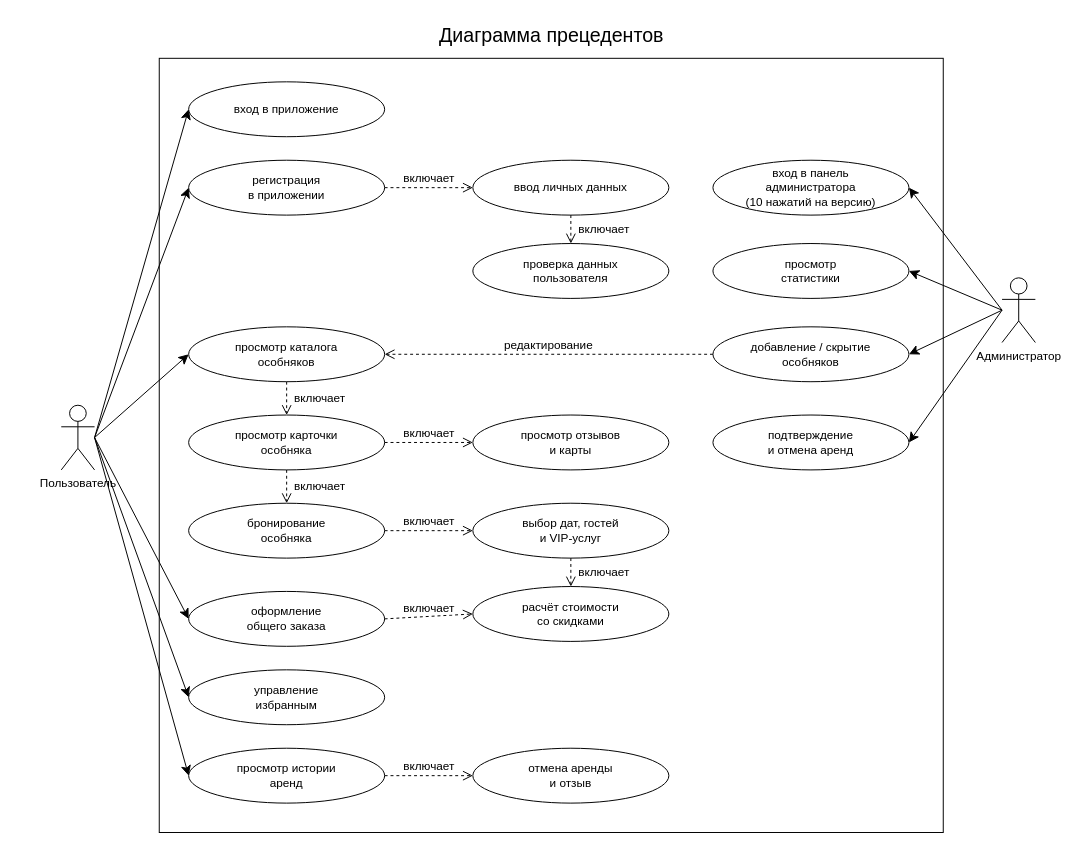
masterRaizer/WardClick keeps this draw.io diagram as docs/Диаграмма_прецедентов.drawio. Above is the earlier version. Source tidied: cells renumbered, new cells numbered last; positions are measured from the earlier drawing's top-left corner, leaving out a move shared by most shapes. Both pictures are drawn from the tidied source at 98%, with x=0, y=0 at pixel (61, 17).
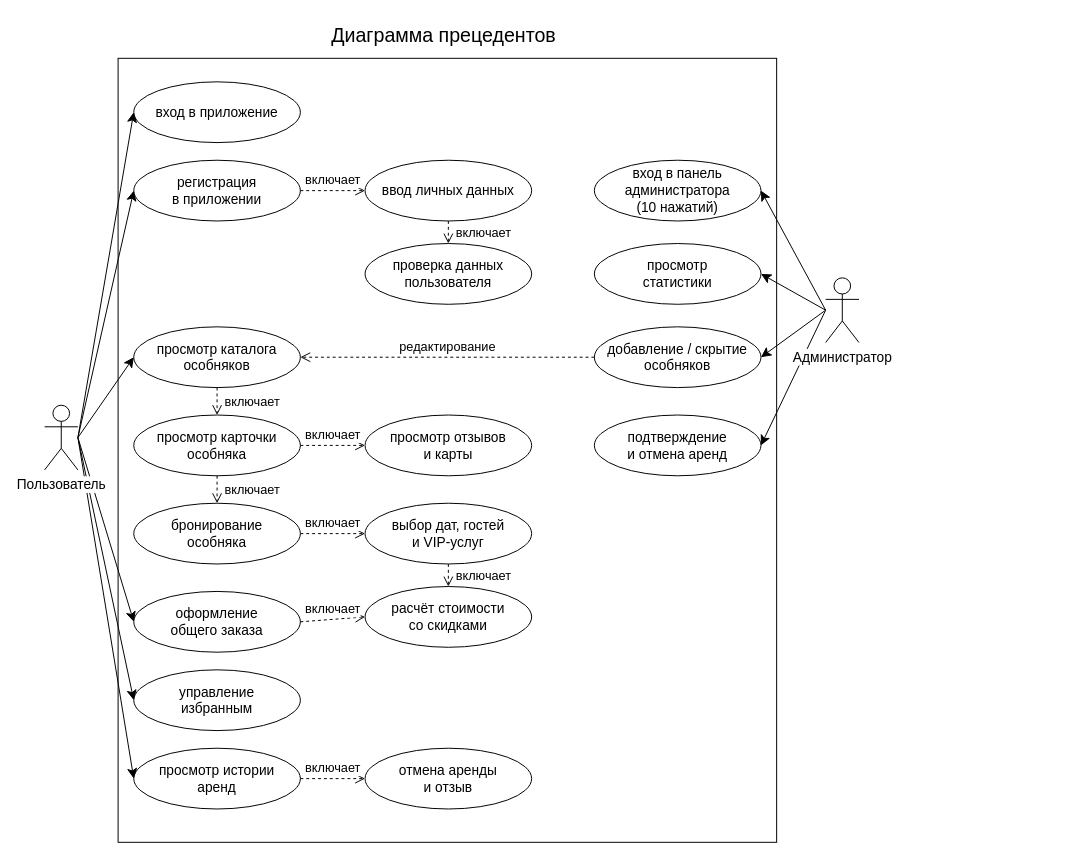
The same diagram, later.

What changed in the source:
```diff
@@
     <mxCell id="2" value="Диаграмма прецедентов" style="text;html=1;align=center;verticalAlign=middle;fontFamily=Helvetica;fontSize=20;" parent="1" vertex="1">
-      <mxGeometry x="250" width="500" height="36" as="geometry" />
+      <mxGeometry x="140" width="500" height="36" as="geometry" />
     </mxCell>
     <mxCell id="3" style="rounded=0;whiteSpace=wrap;html=1;fillColor=none;strokeColor=#000000;" parent="1" vertex="1">
-      <mxGeometry x="100" y="42" width="800" height="790" as="geometry" />
+      <mxGeometry x="58" y="42" width="672" height="800" as="geometry" />
     </mxCell>
-    <mxCell id="4" value="вход в приложение" style="ellipse;whiteSpace=wrap;html=1;fillColor=#ffffff;strokeColor=#000000;fontFamily=Helvetica;fontSize=12;" parent="1" vertex="1">
-      <mxGeometry x="130" y="66" width="200" height="56" as="geometry" />
+    <mxCell id="4" value="вход в приложение" style="ellipse;whiteSpace=wrap;html=1;fillColor=#ffffff;strokeColor=#000000;fontFamily=Helvetica;fontSize=14;" parent="1" vertex="1">
+      <mxGeometry x="74" y="66" width="170" height="62" as="geometry" />
     </mxCell>
-    <mxCell id="5" value="регистрация&lt;br&gt;в приложении" style="ellipse;whiteSpace=wrap;html=1;fillColor=#ffffff;strokeColor=#000000;fontFamily=Helvetica;fontSize=12;" parent="1" vertex="1">
-      <mxGeometry x="130" y="146" width="200" height="56" as="geometry" />
+    <mxCell id="5" value="регистрация&lt;br&gt;в приложении" style="ellipse;whiteSpace=wrap;html=1;fillColor=#ffffff;strokeColor=#000000;fontFamily=Helvetica;fontSize=14;" parent="1" vertex="1">
+      <mxGeometry x="74" y="146" width="170" height="62" as="geometry" />
     </mxCell>
-    <mxCell id="6" value="ввод личных данных" style="ellipse;whiteSpace=wrap;html=1;fillColor=#ffffff;strokeColor=#000000;fontFamily=Helvetica;fontSize=12;" parent="1" vertex="1">
-      <mxGeometry x="420" y="146" width="200" height="56" as="geometry" />
+    <mxCell id="6" value="ввод личных данных" style="ellipse;whiteSpace=wrap;html=1;fillColor=#ffffff;strokeColor=#000000;fontFamily=Helvetica;fontSize=14;" parent="1" vertex="1">
+      <mxGeometry x="310" y="146" width="170" height="62" as="geometry" />
     </mxCell>
-    <mxCell id="7" value="проверка данных&lt;br&gt;пользователя" style="ellipse;whiteSpace=wrap;html=1;fillColor=#ffffff;strokeColor=#000000;fontFamily=Helvetica;fontSize=12;" parent="1" vertex="1">
-      <mxGeometry x="420" y="231" width="200" height="56" as="geometry" />
+    <mxCell id="7" value="проверка данных&lt;br&gt;пользователя" style="ellipse;whiteSpace=wrap;html=1;fillColor=#ffffff;strokeColor=#000000;fontFamily=Helvetica;fontSize=14;" parent="1" vertex="1">
+      <mxGeometry x="310" y="231" width="170" height="62" as="geometry" />
     </mxCell>
-    <mxCell id="8" value="просмотр каталога&lt;br&gt;особняков" style="ellipse;whiteSpace=wrap;html=1;fillColor=#ffffff;strokeColor=#000000;fontFamily=Helvetica;fontSize=12;" parent="1" vertex="1">
-      <mxGeometry x="130" y="316" width="200" height="56" as="geometry" />
+    <mxCell id="8" value="просмотр каталога&lt;br&gt;особняков" style="ellipse;whiteSpace=wrap;html=1;fillColor=#ffffff;strokeColor=#000000;fontFamily=Helvetica;fontSize=14;" parent="1" vertex="1">
+      <mxGeometry x="74" y="316" width="170" height="62" as="geometry" />
     </mxCell>
-    <mxCell id="9" value="просмотр карточки&lt;br&gt;особняка" style="ellipse;whiteSpace=wrap;html=1;fillColor=#ffffff;strokeColor=#000000;fontFamily=Helvetica;fontSize=12;" parent="1" vertex="1">
-      <mxGeometry x="130" y="406" width="200" height="56" as="geometry" />
+    <mxCell id="9" value="просмотр карточки&lt;br&gt;особняка" style="ellipse;whiteSpace=wrap;html=1;fillColor=#ffffff;strokeColor=#000000;fontFamily=Helvetica;fontSize=14;" parent="1" vertex="1">
+      <mxGeometry x="74" y="406" width="170" height="62" as="geometry" />
     </mxCell>
-    <mxCell id="10" value="просмотр отзывов&lt;br&gt;и карты" style="ellipse;whiteSpace=wrap;html=1;fillColor=#ffffff;strokeColor=#000000;fontFamily=Helvetica;fontSize=12;" parent="1" vertex="1">
-      <mxGeometry x="420" y="406" width="200" height="56" as="geometry" />
+    <mxCell id="10" value="просмотр отзывов&lt;br&gt;и карты" style="ellipse;whiteSpace=wrap;html=1;fillColor=#ffffff;strokeColor=#000000;fontFamily=Helvetica;fontSize=14;" parent="1" vertex="1">
+      <mxGeometry x="310" y="406" width="170" height="62" as="geometry" />
     </mxCell>
-    <mxCell id="11" value="бронирование&lt;br&gt;особняка" style="ellipse;whiteSpace=wrap;html=1;fillColor=#ffffff;strokeColor=#000000;fontFamily=Helvetica;fontSize=12;" parent="1" vertex="1">
-      <mxGeometry x="130" y="496" width="200" height="56" as="geometry" />
+    <mxCell id="11" value="бронирование&lt;br&gt;особняка" style="ellipse;whiteSpace=wrap;html=1;fillColor=#ffffff;strokeColor=#000000;fontFamily=Helvetica;fontSize=14;" parent="1" vertex="1">
+      <mxGeometry x="74" y="496" width="170" height="62" as="geometry" />
     </mxCell>
-    <mxCell id="12" value="выбор дат, гостей&lt;br&gt;и VIP-услуг" style="ellipse;whiteSpace=wrap;html=1;fillColor=#ffffff;strokeColor=#000000;fontFamily=Helvetica;fontSize=12;" parent="1" vertex="1">
-      <mxGeometry x="420" y="496" width="200" height="56" as="geometry" />
+    <mxCell id="12" value="выбор дат, гостей&lt;br&gt;и VIP-услуг" style="ellipse;whiteSpace=wrap;html=1;fillColor=#ffffff;strokeColor=#000000;fontFamily=Helvetica;fontSize=14;" parent="1" vertex="1">
+      <mxGeometry x="310" y="496" width="170" height="62" as="geometry" />
     </mxCell>
-    <mxCell id="13" value="расчёт стоимости&lt;br&gt;со скидками" style="ellipse;whiteSpace=wrap;html=1;fillColor=#ffffff;strokeColor=#000000;fontFamily=Helvetica;fontSize=12;" parent="1" vertex="1">
-      <mxGeometry x="420" y="581" width="200" height="56" as="geometry" />
+    <mxCell id="13" value="расчёт стоимости&lt;br&gt;со скидками" style="ellipse;whiteSpace=wrap;html=1;fillColor=#ffffff;strokeColor=#000000;fontFamily=Helvetica;fontSize=14;" parent="1" vertex="1">
+      <mxGeometry x="310" y="581" width="170" height="62" as="geometry" />
     </mxCell>
-    <mxCell id="14" value="оформление&lt;br&gt;общего заказа" style="ellipse;whiteSpace=wrap;html=1;fillColor=#ffffff;strokeColor=#000000;fontFamily=Helvetica;fontSize=12;" parent="1" vertex="1">
-      <mxGeometry x="130" y="586" width="200" height="56" as="geometry" />
+    <mxCell id="14" value="оформление&lt;br&gt;общего заказа" style="ellipse;whiteSpace=wrap;html=1;fillColor=#ffffff;strokeColor=#000000;fontFamily=Helvetica;fontSize=14;" parent="1" vertex="1">
+      <mxGeometry x="74" y="586" width="170" height="62" as="geometry" />
     </mxCell>
-    <mxCell id="15" value="управление&lt;br&gt;избранным" style="ellipse;whiteSpace=wrap;html=1;fillColor=#ffffff;strokeColor=#000000;fontFamily=Helvetica;fontSize=12;" parent="1" vertex="1">
-      <mxGeometry x="130" y="666" width="200" height="56" as="geometry" />
+    <mxCell id="15" value="управление&lt;br&gt;избранным" style="ellipse;whiteSpace=wrap;html=1;fillColor=#ffffff;strokeColor=#000000;fontFamily=Helvetica;fontSize=14;" parent="1" vertex="1">
+      <mxGeometry x="74" y="666" width="170" height="62" as="geometry" />
     </mxCell>
-    <mxCell id="16" value="просмотр истории&lt;br&gt;аренд" style="ellipse;whiteSpace=wrap;html=1;fillColor=#ffffff;strokeColor=#000000;fontFamily=Helvetica;fontSize=12;" parent="1" vertex="1">
-      <mxGeometry x="130" y="746" width="200" height="56" as="geometry" />
+    <mxCell id="16" value="просмотр истории&lt;br&gt;аренд" style="ellipse;whiteSpace=wrap;html=1;fillColor=#ffffff;strokeColor=#000000;fontFamily=Helvetica;fontSize=14;" parent="1" vertex="1">
+      <mxGeometry x="74" y="746" width="170" height="62" as="geometry" />
     </mxCell>
-    <mxCell id="17" value="отмена аренды&lt;br&gt;и отзыв" style="ellipse;whiteSpace=wrap;html=1;fillColor=#ffffff;strokeColor=#000000;fontFamily=Helvetica;fontSize=12;" parent="1" vertex="1">
-      <mxGeometry x="420" y="746" width="200" height="56" as="geometry" />
+    <mxCell id="17" value="отмена аренды&lt;br&gt;и отзыв" style="ellipse;whiteSpace=wrap;html=1;fillColor=#ffffff;strokeColor=#000000;fontFamily=Helvetica;fontSize=14;" parent="1" vertex="1">
+      <mxGeometry x="310" y="746" width="170" height="62" as="geometry" />
     </mxCell>
-    <mxCell id="18" value="вход в панель&lt;br&gt;администратора&lt;br&gt;(10 нажатий на версию)" style="ellipse;whiteSpace=wrap;html=1;fillColor=#ffffff;strokeColor=#000000;fontFamily=Helvetica;fontSize=12;" parent="1" vertex="1">
-      <mxGeometry x="665" y="146" width="200" height="56" as="geometry" />
+    <mxCell id="18" value="вход в панель&lt;br&gt;администратора&lt;br&gt;(10 нажатий)" style="ellipse;whiteSpace=wrap;html=1;fillColor=#ffffff;strokeColor=#000000;fontFamily=Helvetica;fontSize=14;" parent="1" vertex="1">
+      <mxGeometry x="544" y="146" width="170" height="62" as="geometry" />
     </mxCell>
-    <mxCell id="19" value="просмотр&lt;br&gt;статистики" style="ellipse;whiteSpace=wrap;html=1;fillColor=#ffffff;strokeColor=#000000;fontFamily=Helvetica;fontSize=12;" parent="1" vertex="1">
-      <mxGeometry x="665" y="231" width="200" height="56" as="geometry" />
+    <mxCell id="19" value="просмотр&lt;br&gt;статистики" style="ellipse;whiteSpace=wrap;html=1;fillColor=#ffffff;strokeColor=#000000;fontFamily=Helvetica;fontSize=14;" parent="1" vertex="1">
+      <mxGeometry x="544" y="231" width="170" height="62" as="geometry" />
     </mxCell>
-    <mxCell id="20" value="добавление / скрытие&lt;br&gt;особняков" style="ellipse;whiteSpace=wrap;html=1;fillColor=#ffffff;strokeColor=#000000;fontFamily=Helvetica;fontSize=12;" parent="1" vertex="1">
-      <mxGeometry x="665" y="316" width="200" height="56" as="geometry" />
+    <mxCell id="20" value="добавление / скрытие&lt;br&gt;особняков" style="ellipse;whiteSpace=wrap;html=1;fillColor=#ffffff;strokeColor=#000000;fontFamily=Helvetica;fontSize=14;" parent="1" vertex="1">
+      <mxGeometry x="544" y="316" width="170" height="62" as="geometry" />
     </mxCell>
-    <mxCell id="21" value="подтверждение&lt;br&gt;и отмена аренд" style="ellipse;whiteSpace=wrap;html=1;fillColor=#ffffff;strokeColor=#000000;fontFamily=Helvetica;fontSize=12;" parent="1" vertex="1">
-      <mxGeometry x="665" y="406" width="200" height="56" as="geometry" />
+    <mxCell id="21" value="подтверждение&lt;br&gt;и отмена аренд" style="ellipse;whiteSpace=wrap;html=1;fillColor=#ffffff;strokeColor=#000000;fontFamily=Helvetica;fontSize=14;" parent="1" vertex="1">
+      <mxGeometry x="544" y="406" width="170" height="62" as="geometry" />
     </mxCell>
-    <mxCell id="22" value="Пользователь" style="shape=umlActor;verticalLabelPosition=bottom;verticalAlign=top;html=1;outlineConnect=0;fontFamily=Helvetica;fontSize=12;" parent="1" vertex="1">
-      <mxGeometry y="396" width="34" height="66" as="geometry" />
-    </mxCell>
-    <mxCell id="23" value="Администратор" style="shape=umlActor;verticalLabelPosition=bottom;verticalAlign=top;html=1;outlineConnect=0;fontFamily=Helvetica;fontSize=12;" parent="1" vertex="1">
-      <mxGeometry x="960" y="266" width="34" height="66" as="geometry" />
-    </mxCell>
-    <mxCell id="24" style="html=1;endArrow=classic;endSize=8;strokeColor=#000000;fontFamily=Helvetica;fontSize=12;exitX=1;exitY=0.5;exitDx=0;exitDy=0;entryX=0;entryY=0.5;entryDx=0;entryDy=0;" parent="1" edge="1" source="22" target="4">
+    <mxCell id="24" style="html=1;endArrow=classic;endSize=8;strokeColor=#000000;fontFamily=Helvetica;fontSize=14;exitX=1;exitY=0.5;exitDx=0;exitDy=0;entryX=0;entryY=0.5;entryDx=0;entryDy=0;" parent="1" edge="1" source="22" target="4">
       <mxGeometry relative="1" as="geometry" />
     </mxCell>
-    <mxCell id="25" style="html=1;endArrow=classic;endSize=8;strokeColor=#000000;fontFamily=Helvetica;fontSize=12;exitX=1;exitY=0.5;exitDx=0;exitDy=0;entryX=0;entryY=0.5;entryDx=0;entryDy=0;" parent="1" edge="1" source="22" target="5">
+    <mxCell id="25" style="html=1;endArrow=classic;endSize=8;strokeColor=#000000;fontFamily=Helvetica;fontSize=14;exitX=1;exitY=0.5;exitDx=0;exitDy=0;entryX=0;entryY=0.5;entryDx=0;entryDy=0;" parent="1" edge="1" source="22" target="5">
       <mxGeometry relative="1" as="geometry" />
     </mxCell>
-    <mxCell id="26" style="html=1;endArrow=classic;endSize=8;strokeColor=#000000;fontFamily=Helvetica;fontSize=12;exitX=1;exitY=0.5;exitDx=0;exitDy=0;entryX=0;entryY=0.5;entryDx=0;entryDy=0;" parent="1" edge="1" source="22" target="8">
+    <mxCell id="26" style="html=1;endArrow=classic;endSize=8;strokeColor=#000000;fontFamily=Helvetica;fontSize=14;exitX=1;exitY=0.5;exitDx=0;exitDy=0;entryX=0;entryY=0.5;entryDx=0;entryDy=0;" parent="1" edge="1" source="22" target="8">
       <mxGeometry relative="1" as="geometry" />
     </mxCell>
-    <mxCell id="27" style="html=1;endArrow=classic;endSize=8;strokeColor=#000000;fontFamily=Helvetica;fontSize=12;exitX=1;exitY=0.5;exitDx=0;exitDy=0;entryX=0;entryY=0.5;entryDx=0;entryDy=0;" parent="1" edge="1" source="22" target="14">
+    <mxCell id="27" style="html=1;endArrow=classic;endSize=8;strokeColor=#000000;fontFamily=Helvetica;fontSize=14;exitX=1;exitY=0.5;exitDx=0;exitDy=0;entryX=0;entryY=0.5;entryDx=0;entryDy=0;" parent="1" edge="1" source="22" target="14">
       <mxGeometry relative="1" as="geometry" />
     </mxCell>
-    <mxCell id="28" style="html=1;endArrow=classic;endSize=8;strokeColor=#000000;fontFamily=Helvetica;fontSize=12;exitX=1;exitY=0.5;exitDx=0;exitDy=0;entryX=0;entryY=0.5;entryDx=0;entryDy=0;" parent="1" edge="1" source="22" target="15">
+    <mxCell id="28" style="html=1;endArrow=classic;endSize=8;strokeColor=#000000;fontFamily=Helvetica;fontSize=14;exitX=1;exitY=0.5;exitDx=0;exitDy=0;entryX=0;entryY=0.5;entryDx=0;entryDy=0;" parent="1" edge="1" source="22" target="15">
       <mxGeometry relative="1" as="geometry" />
     </mxCell>
-    <mxCell id="29" style="html=1;endArrow=classic;endSize=8;strokeColor=#000000;fontFamily=Helvetica;fontSize=12;exitX=1;exitY=0.5;exitDx=0;exitDy=0;entryX=0;entryY=0.5;entryDx=0;entryDy=0;" parent="1" edge="1" source="22" target="16">
+    <mxCell id="29" style="html=1;endArrow=classic;endSize=8;strokeColor=#000000;fontFamily=Helvetica;fontSize=14;exitX=1;exitY=0.5;exitDx=0;exitDy=0;entryX=0;entryY=0.5;entryDx=0;entryDy=0;" parent="1" edge="1" source="22" target="16">
       <mxGeometry relative="1" as="geometry" />
     </mxCell>
-    <mxCell id="30" style="html=1;endArrow=classic;endSize=8;strokeColor=#000000;fontFamily=Helvetica;fontSize=12;exitX=0;exitY=0.5;exitDx=0;exitDy=0;entryX=1;entryY=0.5;entryDx=0;entryDy=0;" parent="1" edge="1" source="23" target="18">
+    <mxCell id="30" style="html=1;endArrow=classic;endSize=8;strokeColor=#000000;fontFamily=Helvetica;fontSize=14;exitX=0;exitY=0.5;exitDx=0;exitDy=0;entryX=1;entryY=0.5;entryDx=0;entryDy=0;" parent="1" edge="1" source="23" target="18">
       <mxGeometry relative="1" as="geometry" />
     </mxCell>
-    <mxCell id="31" style="html=1;endArrow=classic;endSize=8;strokeColor=#000000;fontFamily=Helvetica;fontSize=12;exitX=0;exitY=0.5;exitDx=0;exitDy=0;entryX=1;entryY=0.5;entryDx=0;entryDy=0;" parent="1" edge="1" source="23" target="19">
+    <mxCell id="31" style="html=1;endArrow=classic;endSize=8;strokeColor=#000000;fontFamily=Helvetica;fontSize=14;exitX=0;exitY=0.5;exitDx=0;exitDy=0;entryX=1;entryY=0.5;entryDx=0;entryDy=0;" parent="1" edge="1" source="23" target="19">
       <mxGeometry relative="1" as="geometry" />
     </mxCell>
-    <mxCell id="32" style="html=1;endArrow=classic;endSize=8;strokeColor=#000000;fontFamily=Helvetica;fontSize=12;exitX=0;exitY=0.5;exitDx=0;exitDy=0;entryX=1;entryY=0.5;entryDx=0;entryDy=0;" parent="1" edge="1" source="23" target="20">
+    <mxCell id="32" style="html=1;endArrow=classic;endSize=8;strokeColor=#000000;fontFamily=Helvetica;fontSize=14;exitX=0;exitY=0.5;exitDx=0;exitDy=0;entryX=1;entryY=0.5;entryDx=0;entryDy=0;" parent="1" edge="1" source="23" target="20">
       <mxGeometry relative="1" as="geometry" />
     </mxCell>
-    <mxCell id="33" style="html=1;endArrow=classic;endSize=8;strokeColor=#000000;fontFamily=Helvetica;fontSize=12;exitX=0;exitY=0.5;exitDx=0;exitDy=0;entryX=1;entryY=0.5;entryDx=0;entryDy=0;" parent="1" edge="1" source="23" target="21">
+    <mxCell id="33" style="html=1;endArrow=classic;endSize=8;strokeColor=#000000;fontFamily=Helvetica;fontSize=14;exitX=0;exitY=0.5;exitDx=0;exitDy=0;entryX=1;entryY=0.5;entryDx=0;entryDy=0;" parent="1" edge="1" source="23" target="21">
       <mxGeometry relative="1" as="geometry" />
     </mxCell>
-    <mxCell id="34" value="включает" style="html=1;endArrow=open;endSize=8;dashed=1;strokeColor=#000000;verticalAlign=bottom;fontFamily=Helvetica;fontSize=12;exitX=1;exitY=0.5;exitDx=0;exitDy=0;entryX=0;entryY=0.5;entryDx=0;entryDy=0;" parent="1" edge="1" source="5" target="6">
+    <mxCell id="34" value="включает" style="html=1;endArrow=open;endSize=8;dashed=1;strokeColor=#000000;verticalAlign=bottom;fontFamily=Helvetica;fontSize=13;exitX=1;exitY=0.5;exitDx=0;exitDy=0;entryX=0;entryY=0.5;entryDx=0;entryDy=0;" parent="1" edge="1" source="5" target="6">
       <mxGeometry relative="1" as="geometry" />
     </mxCell>
-    <mxCell id="35" value="включает" style="html=1;endArrow=open;endSize=8;dashed=1;strokeColor=#000000;align=left;spacingLeft=6;fontFamily=Helvetica;fontSize=12;exitX=0.5;exitY=1;exitDx=0;exitDy=0;entryX=0.5;entryY=0;entryDx=0;entryDy=0;" parent="1" edge="1" source="6" target="7">
+    <mxCell id="35" value="включает" style="html=1;endArrow=open;endSize=8;dashed=1;strokeColor=#000000;align=left;spacingLeft=6;fontFamily=Helvetica;fontSize=13;exitX=0.5;exitY=1;exitDx=0;exitDy=0;entryX=0.5;entryY=0;entryDx=0;entryDy=0;" parent="1" edge="1" source="6" target="7">
       <mxGeometry relative="1" as="geometry" />
     </mxCell>
-    <mxCell id="36" value="включает" style="html=1;endArrow=open;endSize=8;dashed=1;strokeColor=#000000;align=left;spacingLeft=6;fontFamily=Helvetica;fontSize=12;exitX=0.5;exitY=1;exitDx=0;exitDy=0;entryX=0.5;entryY=0;entryDx=0;entryDy=0;" parent="1" edge="1" source="8" target="9">
+    <mxCell id="36" value="включает" style="html=1;endArrow=open;endSize=8;dashed=1;strokeColor=#000000;align=left;spacingLeft=6;fontFamily=Helvetica;fontSize=13;exitX=0.5;exitY=1;exitDx=0;exitDy=0;entryX=0.5;entryY=0;entryDx=0;entryDy=0;" parent="1" edge="1" source="8" target="9">
       <mxGeometry relative="1" as="geometry" />
     </mxCell>
-    <mxCell id="37" value="включает" style="html=1;endArrow=open;endSize=8;dashed=1;strokeColor=#000000;verticalAlign=bottom;fontFamily=Helvetica;fontSize=12;exitX=1;exitY=0.5;exitDx=0;exitDy=0;entryX=0;entryY=0.5;entryDx=0;entryDy=0;" parent="1" edge="1" source="9" target="10">
+    <mxCell id="37" value="включает" style="html=1;endArrow=open;endSize=8;dashed=1;strokeColor=#000000;verticalAlign=bottom;fontFamily=Helvetica;fontSize=13;exitX=1;exitY=0.5;exitDx=0;exitDy=0;entryX=0;entryY=0.5;entryDx=0;entryDy=0;" parent="1" edge="1" source="9" target="10">
       <mxGeometry relative="1" as="geometry" />
     </mxCell>
-    <mxCell id="38" value="включает" style="html=1;endArrow=open;endSize=8;dashed=1;strokeColor=#000000;align=left;spacingLeft=6;fontFamily=Helvetica;fontSize=12;exitX=0.5;exitY=1;exitDx=0;exitDy=0;entryX=0.5;entryY=0;entryDx=0;entryDy=0;" parent="1" edge="1" source="9" target="11">
+    <mxCell id="38" value="включает" style="html=1;endArrow=open;endSize=8;dashed=1;strokeColor=#000000;align=left;spacingLeft=6;fontFamily=Helvetica;fontSize=13;exitX=0.5;exitY=1;exitDx=0;exitDy=0;entryX=0.5;entryY=0;entryDx=0;entryDy=0;" parent="1" edge="1" source="9" target="11">
       <mxGeometry relative="1" as="geometry" />
     </mxCell>
-    <mxCell id="39" value="включает" style="html=1;endArrow=open;endSize=8;dashed=1;strokeColor=#000000;verticalAlign=bottom;fontFamily=Helvetica;fontSize=12;exitX=1;exitY=0.5;exitDx=0;exitDy=0;entryX=0;entryY=0.5;entryDx=0;entryDy=0;" parent="1" edge="1" source="11" target="12">
+    <mxCell id="39" value="включает" style="html=1;endArrow=open;endSize=8;dashed=1;strokeColor=#000000;verticalAlign=bottom;fontFamily=Helvetica;fontSize=13;exitX=1;exitY=0.5;exitDx=0;exitDy=0;entryX=0;entryY=0.5;entryDx=0;entryDy=0;" parent="1" edge="1" source="11" target="12">
       <mxGeometry relative="1" as="geometry" />
     </mxCell>
-    <mxCell id="40" value="включает" style="html=1;endArrow=open;endSize=8;dashed=1;strokeColor=#000000;align=left;spacingLeft=6;fontFamily=Helvetica;fontSize=12;exitX=0.5;exitY=1;exitDx=0;exitDy=0;entryX=0.5;entryY=0;entryDx=0;entryDy=0;" parent="1" edge="1" source="12" target="13">
+    <mxCell id="40" value="включает" style="html=1;endArrow=open;endSize=8;dashed=1;strokeColor=#000000;align=left;spacingLeft=6;fontFamily=Helvetica;fontSize=13;exitX=0.5;exitY=1;exitDx=0;exitDy=0;entryX=0.5;entryY=0;entryDx=0;entryDy=0;" parent="1" edge="1" source="12" target="13">
       <mxGeometry relative="1" as="geometry" />
     </mxCell>
-    <mxCell id="41" value="включает" style="html=1;endArrow=open;endSize=8;dashed=1;strokeColor=#000000;verticalAlign=bottom;fontFamily=Helvetica;fontSize=12;exitX=1;exitY=0.5;exitDx=0;exitDy=0;entryX=0;entryY=0.5;entryDx=0;entryDy=0;" parent="1" edge="1" source="14" target="13">
+    <mxCell id="41" value="включает" style="html=1;endArrow=open;endSize=8;dashed=1;strokeColor=#000000;verticalAlign=bottom;fontFamily=Helvetica;fontSize=13;exitX=1;exitY=0.5;exitDx=0;exitDy=0;entryX=0;entryY=0.5;entryDx=0;entryDy=0;" parent="1" edge="1" source="14" target="13">
       <mxGeometry relative="1" as="geometry" />
     </mxCell>
-    <mxCell id="42" value="включает" style="html=1;endArrow=open;endSize=8;dashed=1;strokeColor=#000000;verticalAlign=bottom;fontFamily=Helvetica;fontSize=12;exitX=1;exitY=0.5;exitDx=0;exitDy=0;entryX=0;entryY=0.5;entryDx=0;entryDy=0;" parent="1" edge="1" source="16" target="17">
+    <mxCell id="42" value="включает" style="html=1;endArrow=open;endSize=8;dashed=1;strokeColor=#000000;verticalAlign=bottom;fontFamily=Helvetica;fontSize=13;exitX=1;exitY=0.5;exitDx=0;exitDy=0;entryX=0;entryY=0.5;entryDx=0;entryDy=0;" parent="1" edge="1" source="16" target="17">
       <mxGeometry relative="1" as="geometry" />
     </mxCell>
+    <mxCell id="22" value="Пользователь" style="shape=umlActor;verticalLabelPosition=bottom;verticalAlign=top;html=1;outlineConnect=0;labelBackgroundColor=#ffffff;fontFamily=Helvetica;fontSize=14;" parent="1" vertex="1">
+      <mxGeometry x="-17" y="396" width="34" height="66" as="geometry" />
+    </mxCell>
+    <mxCell id="23" value="Администратор" style="shape=umlActor;verticalLabelPosition=bottom;verticalAlign=top;html=1;outlineConnect=0;labelBackgroundColor=#ffffff;fontFamily=Helvetica;fontSize=14;" parent="1" vertex="1">
+      <mxGeometry x="780" y="266" width="34" height="66" as="geometry" />
+    </mxCell>
-    <mxCell id="43" value="редактирование" style="html=1;endArrow=open;endSize=8;dashed=1;strokeColor=#000000;verticalAlign=bottom;fontFamily=Helvetica;fontSize=12;exitX=0;exitY=0.5;exitDx=0;exitDy=0;entryX=1;entryY=0.5;entryDx=0;entryDy=0;" parent="1" edge="1" source="20" target="8">
+    <mxCell id="43" value="редактирование" style="html=1;endArrow=open;endSize=8;dashed=1;strokeColor=#000000;verticalAlign=bottom;fontFamily=Helvetica;fontSize=13;exitX=0;exitY=0.5;exitDx=0;exitDy=0;entryX=1;entryY=0.5;entryDx=0;entryDy=0;" parent="1" edge="1" source="20" target="8">
       <mxGeometry relative="1" as="geometry" />
     </mxCell>
```
